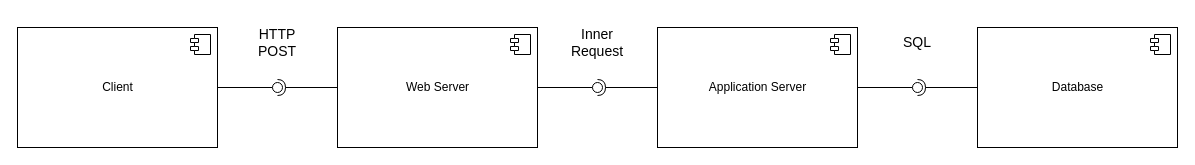
Timo7012/DCS_achv2 keeps this draw.io diagram as page "Component Diagram" (1 of 2) of task2.drawio. Above is the earlier version. Source tidied: cells renumbered, new cells numbered last; positions are measured from the earlier drawing's top-left corner, leaving out a move shared by most shapes. Both pictures are drawn from the tidied source at 100%, with x=0, y=0 at pixel (17, 27).
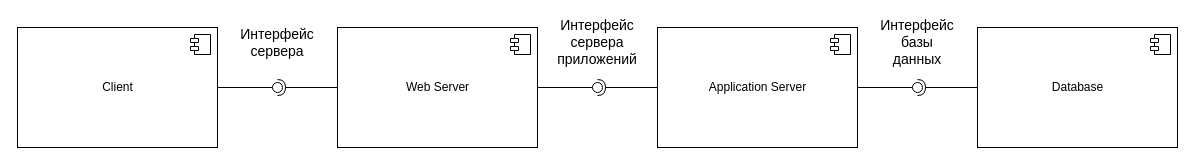
Above is the later version.

Commit message (it also covers changes not shown here):
Edit component diagram

What changed in the source:
```diff
@@
-    <mxCell id="14" value="&lt;font style=&quot;font-size: 14px;&quot;&gt;HTTP POST&lt;/font&gt;" style="text;html=1;strokeColor=none;fillColor=none;align=center;verticalAlign=middle;whiteSpace=wrap;rounded=0;fontSize=12;fontFamily=Helvetica;fontColor=default;" parent="1" vertex="1">
+    <mxCell id="14" value="&lt;span style=&quot;font-size: 14px;&quot;&gt;Интерфейс сервера&lt;/span&gt;" style="text;html=1;strokeColor=none;fillColor=none;align=center;verticalAlign=middle;whiteSpace=wrap;rounded=0;fontSize=12;fontFamily=Helvetica;fontColor=default;" parent="1" vertex="1">
       <mxGeometry x="230" width="60" height="30" as="geometry" />
     </mxCell>
-    <mxCell id="15" value="&lt;span style=&quot;font-size: 14px;&quot;&gt;Inner Request&lt;/span&gt;" style="text;html=1;strokeColor=none;fillColor=none;align=center;verticalAlign=middle;whiteSpace=wrap;rounded=0;fontSize=12;fontFamily=Helvetica;fontColor=default;" parent="1" vertex="1">
+    <mxCell id="15" value="&lt;span style=&quot;font-size: 14px;&quot;&gt;Интерфейс&lt;/span&gt;&lt;div&gt;&lt;span style=&quot;font-size: 14px;&quot;&gt;сервера приложений&lt;/span&gt;&lt;/div&gt;" style="text;html=1;strokeColor=none;fillColor=none;align=center;verticalAlign=middle;whiteSpace=wrap;rounded=0;fontSize=12;fontFamily=Helvetica;fontColor=default;" parent="1" vertex="1">
       <mxGeometry x="550" width="60" height="30" as="geometry" />
     </mxCell>
@@
-    <mxCell id="21" value="&lt;span style=&quot;font-size: 14px;&quot;&gt;SQL&lt;/span&gt;" style="text;html=1;strokeColor=none;fillColor=none;align=center;verticalAlign=middle;whiteSpace=wrap;rounded=0;fontSize=12;fontFamily=Helvetica;fontColor=default;" parent="1" vertex="1">
+    <mxCell id="21" value="&lt;span style=&quot;font-size: 14px;&quot;&gt;Интерфейс базы данных&lt;/span&gt;" style="text;html=1;strokeColor=none;fillColor=none;align=center;verticalAlign=middle;whiteSpace=wrap;rounded=0;fontSize=12;fontFamily=Helvetica;fontColor=default;" parent="1" vertex="1">
       <mxGeometry x="870" width="60" height="30" as="geometry" />
     </mxCell>
```
